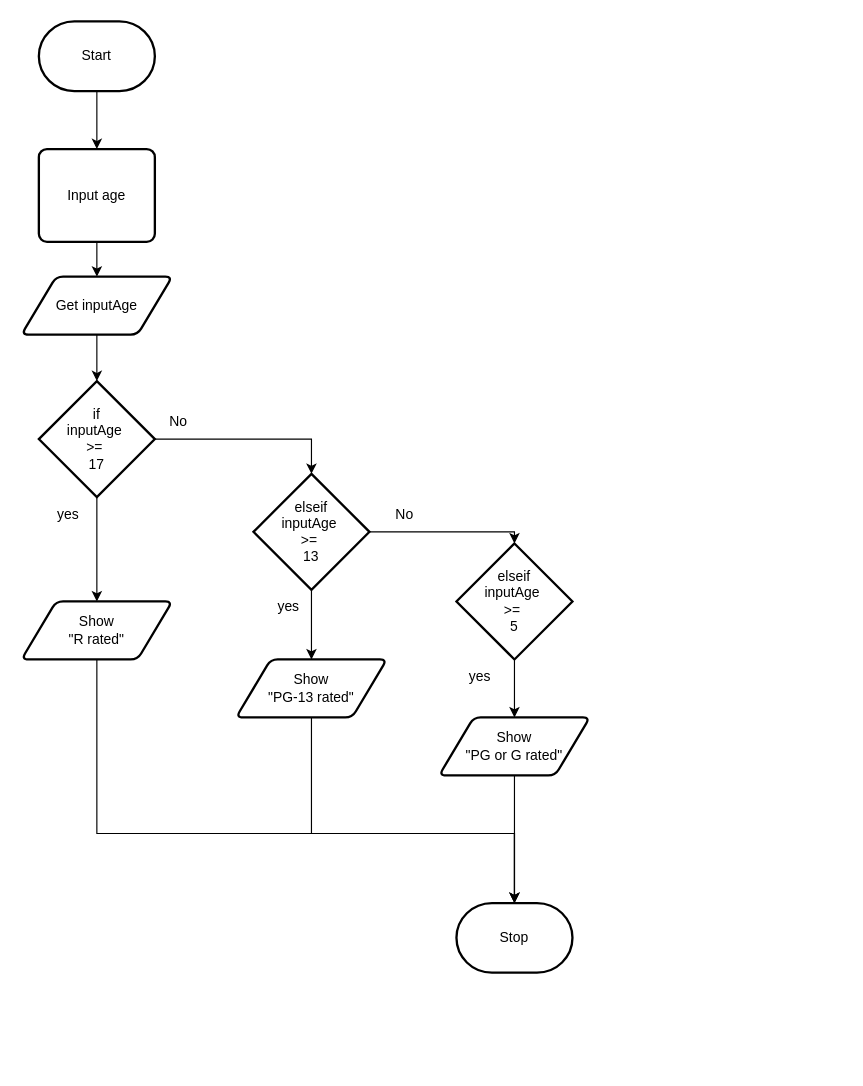
This is design/flowchart.drawio from MTHS-ICD2O-1-2024/ICD2O-Unit-5-03-Domenic-dangelo, a draw.io file, before an edit. Source tidied: cells renumbered, new cells numbered last; positions are measured from the earlier drawing's top-left corner, leaving out a move shared by most shapes. Both pictures are drawn from the tidied source at 116%, with x=0, y=0 at pixel (21, 21).
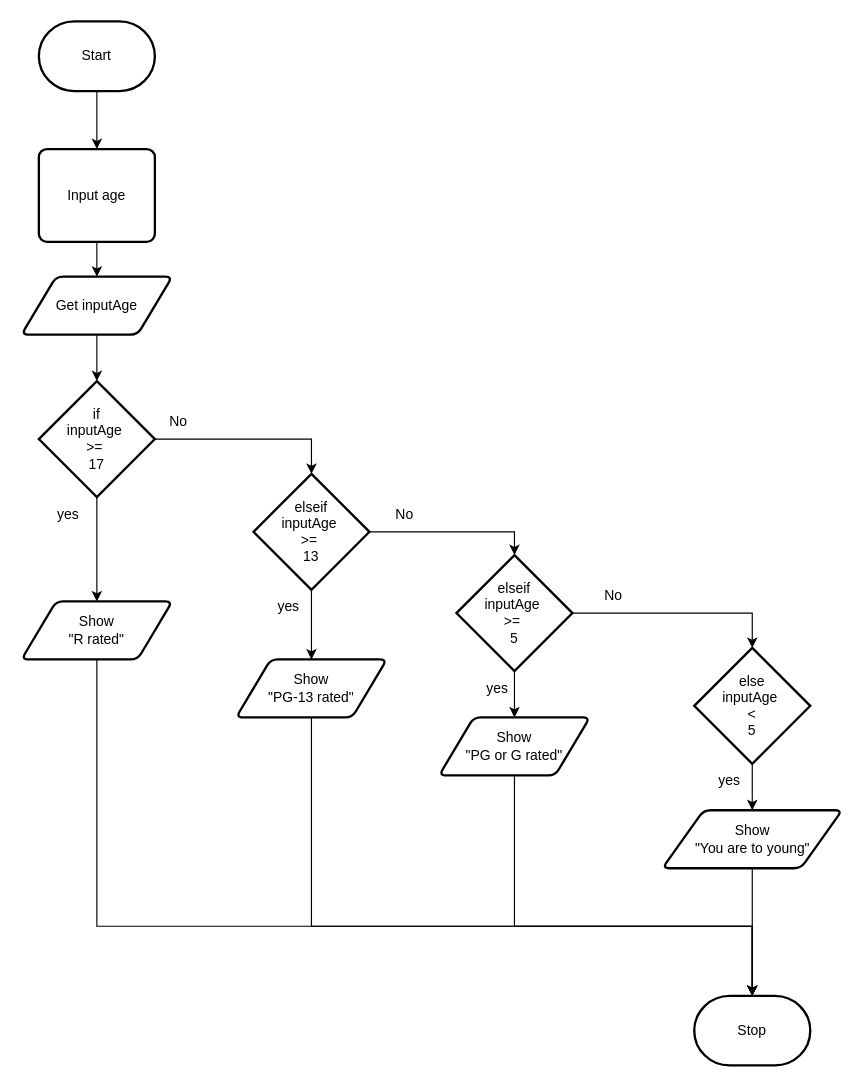
Above is the later version.

Commit message (it also covers changes not shown here):
extra else statement

Unchanged cells that the change refers to:
```xml
<mxCell id="13" value="Show&lt;div&gt;&quot;R rated&quot;&lt;/div&gt;" style="shape=parallelogram;html=1;strokeWidth=2;perimeter=parallelogramPerimeter;whiteSpace=wrap;rounded=1;arcSize=12;size=0.23;" parent="1" vertex="1">
  <mxGeometry y="500" width="130" height="50" as="geometry" />
</mxCell>
<mxCell id="15" value="Show&lt;div&gt;&quot;PG-13 rated&quot;&lt;/div&gt;" style="shape=parallelogram;html=1;strokeWidth=2;perimeter=parallelogramPerimeter;whiteSpace=wrap;rounded=1;arcSize=12;size=0.23;" parent="1" vertex="1">
  <mxGeometry x="185" y="550" width="130" height="50" as="geometry" />
</mxCell>
<mxCell id="19" value="Show&lt;div&gt;&quot;PG or G rated&quot;&lt;/div&gt;" style="shape=parallelogram;html=1;strokeWidth=2;perimeter=parallelogramPerimeter;whiteSpace=wrap;rounded=1;arcSize=12;size=0.23;" parent="1" vertex="1">
  <mxGeometry x="360" y="600" width="130" height="50" as="geometry" />
</mxCell>
```

Change to the diagram source:
```diff
@@
     <mxCell id="4" value="Stop" style="strokeWidth=2;html=1;shape=mxgraph.flowchart.terminator;whiteSpace=wrap;" parent="1" vertex="1">
-      <mxGeometry x="375" y="760" width="100" height="60" as="geometry" />
+      <mxGeometry x="580" y="840" width="100" height="60" as="geometry" />
     </mxCell>
@@
     <mxCell id="17" value="elseif&lt;div&gt;inputAge&amp;nbsp;&lt;/div&gt;&lt;div&gt;&amp;gt;=&amp;nbsp;&lt;/div&gt;&lt;div&gt;5&lt;/div&gt;" style="strokeWidth=2;html=1;shape=mxgraph.flowchart.decision;whiteSpace=wrap;" parent="1" vertex="1">
-      <mxGeometry x="375" y="450" width="100" height="100" as="geometry" />
+      <mxGeometry x="375" y="460" width="100" height="100" as="geometry" />
     </mxCell>
-    <mxCell id="18" style="edgeStyle=orthogonalEdgeStyle;shape=connector;rounded=0;html=1;exitX=0.5;exitY=1;exitDx=0;exitDy=0;strokeColor=default;align=center;verticalAlign=middle;fontFamily=Helvetica;fontSize=11;fontColor=default;labelBackgroundColor=default;endArrow=classic;" parent="1" edge="1" source="19" target="4">
-      <mxGeometry relative="1" as="geometry" />
+    <mxCell id="18" style="edgeStyle=orthogonalEdgeStyle;shape=connector;rounded=0;html=1;exitX=0.5;exitY=1;exitDx=0;exitDy=0;strokeColor=default;align=center;verticalAlign=middle;fontFamily=Helvetica;fontSize=11;fontColor=default;labelBackgroundColor=default;endArrow=classic;entryX=0.5;entryY=0;entryDx=0;entryDy=0;entryPerimeter=0;" parent="1" edge="1" source="19" target="4">
+      <mxGeometry relative="1" as="geometry">
+        <Array as="points">
+          <mxPoint x="425" y="780" />
+          <mxPoint x="630" y="780" />
+        </Array>
+      </mxGeometry>
     </mxCell>
@@
-    <mxCell id="21" style="edgeStyle=orthogonalEdgeStyle;shape=connector;rounded=0;html=1;exitX=0.5;exitY=1;exitDx=0;exitDy=0;entryX=0.5;entryY=0;entryDx=0;entryDy=0;entryPerimeter=0;strokeColor=default;align=center;verticalAlign=middle;fontFamily=Helvetica;fontSize=11;fontColor=default;labelBackgroundColor=default;endArrow=classic;" parent="1" edge="1" source="13" target="4">
+    <mxCell id="21" style="edgeStyle=orthogonalEdgeStyle;shape=connector;rounded=0;html=1;exitX=0.5;exitY=1;exitDx=0;exitDy=0;strokeColor=default;align=center;verticalAlign=middle;fontFamily=Helvetica;fontSize=11;fontColor=default;labelBackgroundColor=default;endArrow=classic;entryX=0.5;entryY=0;entryDx=0;entryDy=0;entryPerimeter=0;" parent="1" edge="1" source="13" target="4">
       <mxGeometry relative="1" as="geometry">
         <Array as="points">
-          <mxPoint x="65" y="700" />
-          <mxPoint x="425" y="700" />
+          <mxPoint x="65" y="780" />
+          <mxPoint x="630" y="780" />
         </Array>
       </mxGeometry>
     </mxCell>
-    <mxCell id="22" style="edgeStyle=orthogonalEdgeStyle;shape=connector;rounded=0;html=1;exitX=0.5;exitY=1;exitDx=0;exitDy=0;entryX=0.5;entryY=0;entryDx=0;entryDy=0;entryPerimeter=0;strokeColor=default;align=center;verticalAlign=middle;fontFamily=Helvetica;fontSize=11;fontColor=default;labelBackgroundColor=default;endArrow=classic;" parent="1" edge="1" source="15" target="4">
+    <mxCell id="22" style="edgeStyle=orthogonalEdgeStyle;shape=connector;rounded=0;html=1;exitX=0.5;exitY=1;exitDx=0;exitDy=0;strokeColor=default;align=center;verticalAlign=middle;fontFamily=Helvetica;fontSize=11;fontColor=default;labelBackgroundColor=default;endArrow=classic;entryX=0.5;entryY=0;entryDx=0;entryDy=0;entryPerimeter=0;" parent="1" edge="1" source="15" target="4">
       <mxGeometry relative="1" as="geometry">
         <Array as="points">
-          <mxPoint x="250" y="700" />
-          <mxPoint x="425" y="700" />
+          <mxPoint x="250" y="780" />
+          <mxPoint x="630" y="780" />
         </Array>
       </mxGeometry>
     </mxCell>
@@
     <mxCell id="25" value="yes" style="text;html=1;align=center;verticalAlign=middle;strokeColor=none;fillColor=none;" parent="1" vertex="1">
-      <mxGeometry x="375" y="550" width="40" height="30" as="geometry" />
+      <mxGeometry x="390" y="560" width="40" height="30" as="geometry" />
     </mxCell>
@@
+    <mxCell id="28" style="edgeStyle=none;html=1;exitX=0.5;exitY=1;exitDx=0;exitDy=0;exitPerimeter=0;entryX=0.5;entryY=0;entryDx=0;entryDy=0;" parent="1" edge="1" source="29" target="31">
+      <mxGeometry relative="1" as="geometry" />
+    </mxCell>
+    <mxCell id="29" value="else&lt;div&gt;inputAge&amp;nbsp;&lt;/div&gt;&lt;div&gt;&amp;lt;&lt;/div&gt;&lt;div&gt;5&lt;/div&gt;" style="strokeWidth=2;html=1;shape=mxgraph.flowchart.decision;whiteSpace=wrap;" parent="1" vertex="1">
+      <mxGeometry x="580" y="540" width="100" height="100" as="geometry" />
+    </mxCell>
+    <mxCell id="30" style="edgeStyle=orthogonalEdgeStyle;html=1;exitX=1;exitY=0.5;exitDx=0;exitDy=0;exitPerimeter=0;entryX=0.5;entryY=0;entryDx=0;entryDy=0;entryPerimeter=0;rounded=0;" parent="1" edge="1" source="17" target="29">
+      <mxGeometry relative="1" as="geometry" />
+    </mxCell>
+    <mxCell id="31" value="Show&lt;div&gt;&quot;You are to young&quot;&lt;/div&gt;" style="shape=parallelogram;html=1;strokeWidth=2;perimeter=parallelogramPerimeter;whiteSpace=wrap;rounded=1;arcSize=12;size=0.23;" parent="1" vertex="1">
+      <mxGeometry x="552.5" y="680" width="155" height="50" as="geometry" />
+    </mxCell>
+    <mxCell id="32" style="edgeStyle=none;html=1;exitX=0.5;exitY=1;exitDx=0;exitDy=0;entryX=0.5;entryY=0;entryDx=0;entryDy=0;entryPerimeter=0;" parent="1" edge="1" source="31" target="4">
+      <mxGeometry relative="1" as="geometry" />
+    </mxCell>
+    <mxCell id="33" value="No" style="text;html=1;align=center;verticalAlign=middle;strokeColor=none;fillColor=none;" parent="1" vertex="1">
+      <mxGeometry x="490" y="480" width="40" height="30" as="geometry" />
+    </mxCell>
+    <mxCell id="34" value="yes" style="text;html=1;align=center;verticalAlign=middle;strokeColor=none;fillColor=none;" parent="1" vertex="1">
+      <mxGeometry x="590" y="640" width="40" height="30" as="geometry" />
+    </mxCell>
```
